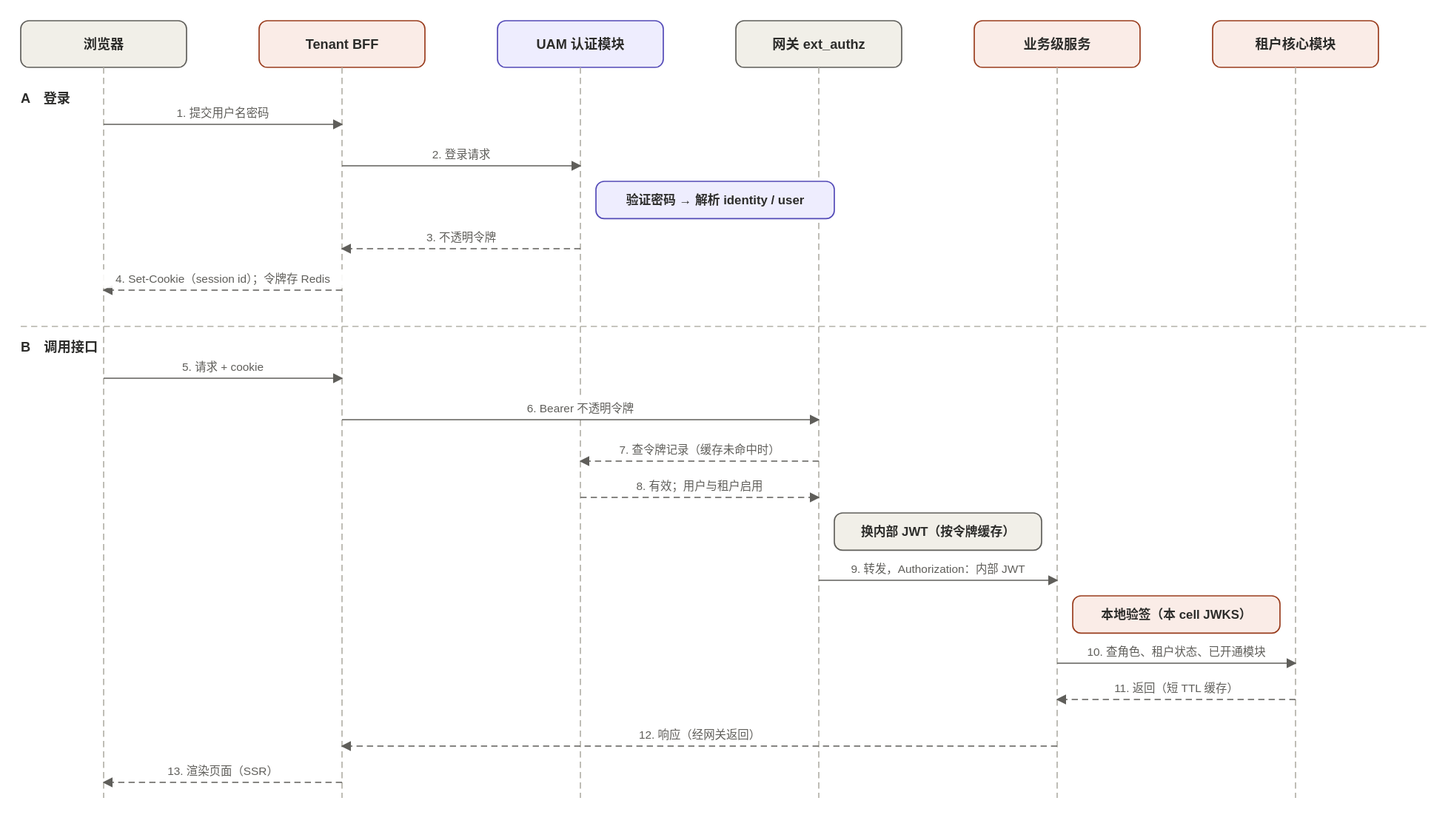
Above: docs/system-design/assets/07-auth-service-interaction.drawio.svg in xiayy860612/tech-toolkit (draw.io), before the change. Source tidied: cells renumbered, new cells last; positions are measured from the earlier drawing's top-left corner, leaving out a move shared by most shapes. Source of this version:
```xml
<mxGraphModel>
  <root>
    <mxCell id="0" />
    <mxCell id="1" parent="0" />
    <mxCell id="2" value="&lt;b&gt;浏览器&lt;/b&gt;" style="rounded=1;whiteSpace=wrap;html=1;arcSize=12;fillColor=#F1EFE8;strokeColor=#5F5E5A;fontSize=13;fontColor=#2C2C2A;strokeWidth=1.2;" parent="1" vertex="1">
      <mxGeometry width="160" height="45" as="geometry" />
    </mxCell>
    <mxCell id="3" style="edgeStyle=none;html=1;rounded=0;endArrow=none;startArrow=none;endFill=1;startFill=1;endSize=7;strokeColor=#B4B2A9;strokeWidth=1.2;dashed=1;" parent="1" edge="1">
      <mxGeometry relative="1" as="geometry">
        <mxPoint x="80" y="45" as="sourcePoint" />
        <mxPoint x="80" y="750" as="targetPoint" />
      </mxGeometry>
    </mxCell>
    <mxCell id="4" value="&lt;b&gt;Tenant BFF&lt;/b&gt;" style="rounded=1;whiteSpace=wrap;html=1;arcSize=12;fillColor=#FAECE7;strokeColor=#993C1D;fontSize=13;fontColor=#2C2C2A;strokeWidth=1.2;" parent="1" vertex="1">
      <mxGeometry x="230" width="160" height="45" as="geometry" />
    </mxCell>
    <mxCell id="5" style="edgeStyle=none;html=1;rounded=0;endArrow=none;startArrow=none;endFill=1;startFill=1;endSize=7;strokeColor=#B4B2A9;strokeWidth=1.2;dashed=1;" parent="1" edge="1">
      <mxGeometry relative="1" as="geometry">
        <mxPoint x="310" y="45" as="sourcePoint" />
        <mxPoint x="310" y="750" as="targetPoint" />
      </mxGeometry>
    </mxCell>
    <mxCell id="6" value="&lt;b&gt;UAM 认证模块&lt;/b&gt;" style="rounded=1;whiteSpace=wrap;html=1;arcSize=12;fillColor=#EEEDFE;strokeColor=#534AB7;fontSize=13;fontColor=#2C2C2A;strokeWidth=1.2;" parent="1" vertex="1">
      <mxGeometry x="460" width="160" height="45" as="geometry" />
    </mxCell>
    <mxCell id="7" style="edgeStyle=none;html=1;rounded=0;endArrow=none;startArrow=none;endFill=1;startFill=1;endSize=7;strokeColor=#B4B2A9;strokeWidth=1.2;dashed=1;" parent="1" edge="1">
      <mxGeometry relative="1" as="geometry">
        <mxPoint x="540" y="45" as="sourcePoint" />
        <mxPoint x="540" y="750" as="targetPoint" />
      </mxGeometry>
    </mxCell>
    <mxCell id="8" value="&lt;b&gt;网关 ext_authz&lt;/b&gt;" style="rounded=1;whiteSpace=wrap;html=1;arcSize=12;fillColor=#F1EFE8;strokeColor=#5F5E5A;fontSize=13;fontColor=#2C2C2A;strokeWidth=1.2;" parent="1" vertex="1">
      <mxGeometry x="690" width="160" height="45" as="geometry" />
    </mxCell>
    <mxCell id="9" style="edgeStyle=none;html=1;rounded=0;endArrow=none;startArrow=none;endFill=1;startFill=1;endSize=7;strokeColor=#B4B2A9;strokeWidth=1.2;dashed=1;" parent="1" edge="1">
      <mxGeometry relative="1" as="geometry">
        <mxPoint x="770" y="45" as="sourcePoint" />
        <mxPoint x="770" y="750" as="targetPoint" />
      </mxGeometry>
    </mxCell>
    <mxCell id="10" value="&lt;b&gt;业务级服务&lt;/b&gt;" style="rounded=1;whiteSpace=wrap;html=1;arcSize=12;fillColor=#FAECE7;strokeColor=#993C1D;fontSize=13;fontColor=#2C2C2A;strokeWidth=1.2;" parent="1" vertex="1">
      <mxGeometry x="920" width="160" height="45" as="geometry" />
    </mxCell>
    <mxCell id="11" style="edgeStyle=none;html=1;rounded=0;endArrow=none;startArrow=none;endFill=1;startFill=1;endSize=7;strokeColor=#B4B2A9;strokeWidth=1.2;dashed=1;" parent="1" edge="1">
      <mxGeometry relative="1" as="geometry">
        <mxPoint x="1000" y="45" as="sourcePoint" />
        <mxPoint x="1000" y="750" as="targetPoint" />
      </mxGeometry>
    </mxCell>
    <mxCell id="12" value="&lt;b&gt;租户核心模块&lt;/b&gt;" style="rounded=1;whiteSpace=wrap;html=1;arcSize=12;fillColor=#FAECE7;strokeColor=#993C1D;fontSize=13;fontColor=#2C2C2A;strokeWidth=1.2;" parent="1" vertex="1">
      <mxGeometry x="1150" width="160" height="45" as="geometry" />
    </mxCell>
    <mxCell id="13" style="edgeStyle=none;html=1;rounded=0;endArrow=none;startArrow=none;endFill=1;startFill=1;endSize=7;strokeColor=#B4B2A9;strokeWidth=1.2;dashed=1;" parent="1" edge="1">
      <mxGeometry relative="1" as="geometry">
        <mxPoint x="1230" y="45" as="sourcePoint" />
        <mxPoint x="1230" y="750" as="targetPoint" />
      </mxGeometry>
    </mxCell>
    <mxCell id="14" value="A　登录" style="text;html=1;align=left;verticalAlign=middle;fontSize=13;fontColor=#2C2C2A;fontStyle=1;" parent="1" vertex="1">
      <mxGeometry y="66" width="56" height="18" as="geometry" />
    </mxCell>
    <mxCell id="15" style="edgeStyle=none;html=1;rounded=0;endArrow=classic;startArrow=none;endFill=1;startFill=1;endSize=7;strokeColor=#5F5E5A;strokeWidth=1.2;" parent="1" edge="1">
      <mxGeometry relative="1" as="geometry">
        <mxPoint x="80" y="100" as="sourcePoint" />
        <mxPoint x="310" y="100" as="targetPoint" />
      </mxGeometry>
    </mxCell>
    <mxCell id="16" value="1. 提交用户名密码" style="text;html=1;align=center;verticalAlign=middle;fontSize=11;fontColor=#5F5E5A;labelBackgroundColor=#FFFFFF;" parent="1" vertex="1">
      <mxGeometry x="142" y="80" width="106" height="18" as="geometry" />
    </mxCell>
    <mxCell id="17" style="edgeStyle=none;html=1;rounded=0;endArrow=classic;startArrow=none;endFill=1;startFill=1;endSize=7;strokeColor=#5F5E5A;strokeWidth=1.2;" parent="1" edge="1">
      <mxGeometry relative="1" as="geometry">
        <mxPoint x="310" y="140" as="sourcePoint" />
        <mxPoint x="540" y="140" as="targetPoint" />
      </mxGeometry>
    </mxCell>
    <mxCell id="18" value="2. 登录请求" style="text;html=1;align=center;verticalAlign=middle;fontSize=11;fontColor=#5F5E5A;labelBackgroundColor=#FFFFFF;" parent="1" vertex="1">
      <mxGeometry x="388.5" y="120" width="73" height="18" as="geometry" />
    </mxCell>
    <mxCell id="19" value="&lt;b&gt;验证密码 → 解析 identity / user&lt;/b&gt;" style="rounded=1;whiteSpace=wrap;html=1;arcSize=12;fillColor=#EEEDFE;strokeColor=#534AB7;fontSize=12;fontColor=#2C2C2A;strokeWidth=1.2;" parent="1" vertex="1">
      <mxGeometry x="555" y="155" width="230" height="36" as="geometry" />
    </mxCell>
    <mxCell id="20" style="edgeStyle=none;html=1;rounded=0;endArrow=classic;startArrow=none;endFill=1;startFill=1;endSize=7;strokeColor=#5F5E5A;strokeWidth=1.2;dashed=1;" parent="1" edge="1">
      <mxGeometry relative="1" as="geometry">
        <mxPoint x="540" y="220" as="sourcePoint" />
        <mxPoint x="310" y="220" as="targetPoint" />
      </mxGeometry>
    </mxCell>
    <mxCell id="21" value="3. 不透明令牌" style="text;html=1;align=center;verticalAlign=middle;fontSize=11;fontColor=#5F5E5A;labelBackgroundColor=#FFFFFF;" parent="1" vertex="1">
      <mxGeometry x="383" y="200" width="84" height="18" as="geometry" />
    </mxCell>
    <mxCell id="22" style="edgeStyle=none;html=1;rounded=0;endArrow=classic;startArrow=none;endFill=1;startFill=1;endSize=7;strokeColor=#5F5E5A;strokeWidth=1.2;dashed=1;" parent="1" edge="1">
      <mxGeometry relative="1" as="geometry">
        <mxPoint x="310" y="260" as="sourcePoint" />
        <mxPoint x="80" y="260" as="targetPoint" />
      </mxGeometry>
    </mxCell>
    <mxCell id="23" value="4. Set-Cookie（session id）；令牌存 Redis" style="text;html=1;align=center;verticalAlign=middle;fontSize=11;fontColor=#5F5E5A;labelBackgroundColor=#FFFFFF;" parent="1" vertex="1">
      <mxGeometry x="64.5" y="240" width="261" height="18" as="geometry" />
    </mxCell>
    <mxCell id="24" style="edgeStyle=none;html=1;rounded=0;endArrow=none;startArrow=none;endFill=1;startFill=1;endSize=7;strokeColor=#B4B2A9;strokeWidth=1.2;dashed=1;" parent="1" edge="1">
      <mxGeometry relative="1" as="geometry">
        <mxPoint y="295" as="sourcePoint" />
        <mxPoint x="1360" y="295" as="targetPoint" />
      </mxGeometry>
    </mxCell>
    <mxCell id="25" value="B　调用接口" style="text;html=1;align=left;verticalAlign=middle;fontSize=13;fontColor=#2C2C2A;fontStyle=1;" parent="1" vertex="1">
      <mxGeometry y="306" width="82" height="18" as="geometry" />
    </mxCell>
    <mxCell id="26" style="edgeStyle=none;html=1;rounded=0;endArrow=classic;startArrow=none;endFill=1;startFill=1;endSize=7;strokeColor=#5F5E5A;strokeWidth=1.2;" parent="1" edge="1">
      <mxGeometry relative="1" as="geometry">
        <mxPoint x="80" y="345" as="sourcePoint" />
        <mxPoint x="310" y="345" as="targetPoint" />
      </mxGeometry>
    </mxCell>
    <mxCell id="27" value="5. 请求 + cookie" style="text;html=1;align=center;verticalAlign=middle;fontSize=11;fontColor=#5F5E5A;labelBackgroundColor=#FFFFFF;" parent="1" vertex="1">
      <mxGeometry x="141" y="325" width="108" height="18" as="geometry" />
    </mxCell>
    <mxCell id="28" style="edgeStyle=none;html=1;rounded=0;endArrow=classic;startArrow=none;endFill=1;startFill=1;endSize=7;strokeColor=#5F5E5A;strokeWidth=1.2;" parent="1" edge="1">
      <mxGeometry relative="1" as="geometry">
        <mxPoint x="310" y="385" as="sourcePoint" />
        <mxPoint x="770" y="385" as="targetPoint" />
      </mxGeometry>
    </mxCell>
    <mxCell id="29" value="6. Bearer 不透明令牌" style="text;html=1;align=center;verticalAlign=middle;fontSize=11;fontColor=#5F5E5A;labelBackgroundColor=#FFFFFF;" parent="1" vertex="1">
      <mxGeometry x="476" y="365" width="128" height="18" as="geometry" />
    </mxCell>
    <mxCell id="30" style="edgeStyle=none;html=1;rounded=0;endArrow=classic;startArrow=none;endFill=1;startFill=1;endSize=7;strokeColor=#5F5E5A;strokeWidth=1.2;dashed=1;" parent="1" edge="1">
      <mxGeometry relative="1" as="geometry">
        <mxPoint x="770" y="425" as="sourcePoint" />
        <mxPoint x="540" y="425" as="targetPoint" />
      </mxGeometry>
    </mxCell>
    <mxCell id="31" value="7. 查令牌记录（缓存未命中时）" style="text;html=1;align=center;verticalAlign=middle;fontSize=11;fontColor=#5F5E5A;labelBackgroundColor=#FFFFFF;" parent="1" vertex="1">
      <mxGeometry x="569" y="405" width="172" height="18" as="geometry" />
    </mxCell>
    <mxCell id="32" style="edgeStyle=none;html=1;rounded=0;endArrow=classic;startArrow=none;endFill=1;startFill=1;endSize=7;strokeColor=#5F5E5A;strokeWidth=1.2;dashed=1;" parent="1" edge="1">
      <mxGeometry relative="1" as="geometry">
        <mxPoint x="540" y="460" as="sourcePoint" />
        <mxPoint x="770" y="460" as="targetPoint" />
      </mxGeometry>
    </mxCell>
    <mxCell id="33" value="8. 有效；用户与租户启用" style="text;html=1;align=center;verticalAlign=middle;fontSize=11;fontColor=#5F5E5A;labelBackgroundColor=#FFFFFF;" parent="1" vertex="1">
      <mxGeometry x="585.5" y="440" width="139" height="18" as="geometry" />
    </mxCell>
    <mxCell id="34" value="&lt;b&gt;换内部 JWT（按令牌缓存）&lt;/b&gt;" style="rounded=1;whiteSpace=wrap;html=1;arcSize=12;fillColor=#F1EFE8;strokeColor=#5F5E5A;fontSize=12;fontColor=#2C2C2A;strokeWidth=1.2;" parent="1" vertex="1">
      <mxGeometry x="785" y="475" width="200" height="36" as="geometry" />
    </mxCell>
    <mxCell id="35" style="edgeStyle=none;html=1;rounded=0;endArrow=classic;startArrow=none;endFill=1;startFill=1;endSize=7;strokeColor=#5F5E5A;strokeWidth=1.2;" parent="1" edge="1">
      <mxGeometry relative="1" as="geometry">
        <mxPoint x="770" y="540" as="sourcePoint" />
        <mxPoint x="1000" y="540" as="targetPoint" />
      </mxGeometry>
    </mxCell>
    <mxCell id="36" value="9. 转发，Authorization：内部 JWT" style="text;html=1;align=center;verticalAlign=middle;fontSize=11;fontColor=#5F5E5A;labelBackgroundColor=#FFFFFF;" parent="1" vertex="1">
      <mxGeometry x="783.5" y="520" width="203" height="18" as="geometry" />
    </mxCell>
    <mxCell id="37" value="&lt;b&gt;本地验签（本 cell JWKS）&lt;/b&gt;" style="rounded=1;whiteSpace=wrap;html=1;arcSize=12;fillColor=#FAECE7;strokeColor=#993C1D;fontSize=12;fontColor=#2C2C2A;strokeWidth=1.2;" parent="1" vertex="1">
      <mxGeometry x="1015" y="555" width="200" height="36" as="geometry" />
    </mxCell>
    <mxCell id="38" style="edgeStyle=none;html=1;rounded=0;endArrow=classic;startArrow=none;endFill=1;startFill=1;endSize=7;strokeColor=#5F5E5A;strokeWidth=1.2;" parent="1" edge="1">
      <mxGeometry relative="1" as="geometry">
        <mxPoint x="1000" y="620" as="sourcePoint" />
        <mxPoint x="1230" y="620" as="targetPoint" />
      </mxGeometry>
    </mxCell>
    <mxCell id="39" value="10. 查角色、租户状态、已开通模块" style="text;html=1;align=center;verticalAlign=middle;fontSize=11;fontColor=#5F5E5A;labelBackgroundColor=#FFFFFF;" parent="1" vertex="1">
      <mxGeometry x="1020.5" y="600" width="189" height="18" as="geometry" />
    </mxCell>
    <mxCell id="40" style="edgeStyle=none;html=1;rounded=0;endArrow=classic;startArrow=none;endFill=1;startFill=1;endSize=7;strokeColor=#5F5E5A;strokeWidth=1.2;dashed=1;" parent="1" edge="1">
      <mxGeometry relative="1" as="geometry">
        <mxPoint x="1230" y="655" as="sourcePoint" />
        <mxPoint x="1000" y="655" as="targetPoint" />
      </mxGeometry>
    </mxCell>
    <mxCell id="41" value="11. 返回（短 TTL 缓存）" style="text;html=1;align=center;verticalAlign=middle;fontSize=11;fontColor=#5F5E5A;labelBackgroundColor=#FFFFFF;" parent="1" vertex="1">
      <mxGeometry x="1043" y="635" width="144" height="18" as="geometry" />
    </mxCell>
    <mxCell id="42" style="edgeStyle=none;html=1;rounded=0;endArrow=classic;startArrow=none;endFill=1;startFill=1;endSize=7;strokeColor=#5F5E5A;strokeWidth=1.2;dashed=1;" parent="1" edge="1">
      <mxGeometry relative="1" as="geometry">
        <mxPoint x="1000" y="700" as="sourcePoint" />
        <mxPoint x="310" y="700" as="targetPoint" />
      </mxGeometry>
    </mxCell>
    <mxCell id="43" value="12. 响应（经网关返回）" style="text;html=1;align=center;verticalAlign=middle;fontSize=11;fontColor=#5F5E5A;labelBackgroundColor=#FFFFFF;" parent="1" vertex="1">
      <mxGeometry x="588" y="680" width="134" height="18" as="geometry" />
    </mxCell>
    <mxCell id="44" style="edgeStyle=none;html=1;rounded=0;endArrow=classic;startArrow=none;endFill=1;startFill=1;endSize=7;strokeColor=#5F5E5A;strokeWidth=1.2;dashed=1;" parent="1" edge="1">
      <mxGeometry relative="1" as="geometry">
        <mxPoint x="310" y="735" as="sourcePoint" />
        <mxPoint x="80" y="735" as="targetPoint" />
      </mxGeometry>
    </mxCell>
    <mxCell id="45" value="13. 渲染页面（SSR）" style="text;html=1;align=center;verticalAlign=middle;fontSize=11;fontColor=#5F5E5A;labelBackgroundColor=#FFFFFF;" parent="1" vertex="1">
      <mxGeometry x="135" y="715" width="120" height="18" as="geometry" />
    </mxCell>
  </root>
</mxGraphModel>
```
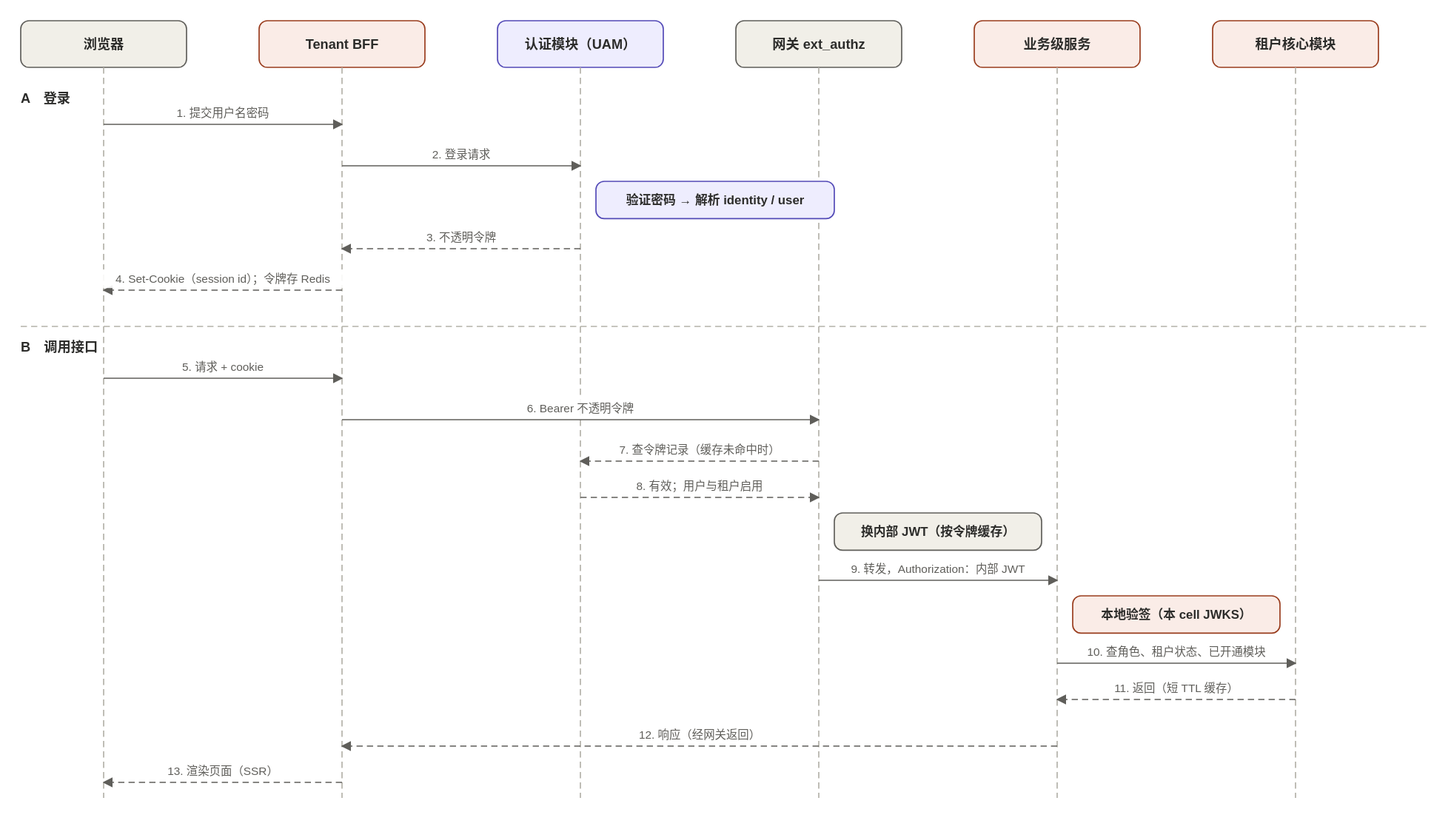
The same file after the commit.

Change to the diagram source:
```diff
@@ -20,7 +20,7 @@
         <mxPoint x="310" y="750" as="targetPoint" />
       </mxGeometry>
     </mxCell>
-    <mxCell id="6" value="&lt;b&gt;UAM 认证模块&lt;/b&gt;" style="rounded=1;whiteSpace=wrap;html=1;arcSize=12;fillColor=#EEEDFE;strokeColor=#534AB7;fontSize=13;fontColor=#2C2C2A;strokeWidth=1.2;" parent="1" vertex="1">
+    <mxCell id="6" value="&lt;b&gt;认证模块（UAM）&lt;/b&gt;" style="rounded=1;whiteSpace=wrap;html=1;arcSize=12;fillColor=#EEEDFE;strokeColor=#534AB7;fontSize=13;fontColor=#2C2C2A;strokeWidth=1.2;" parent="1" vertex="1">
       <mxGeometry x="460" width="160" height="45" as="geometry" />
     </mxCell>
     <mxCell id="7" style="edgeStyle=none;html=1;rounded=0;endArrow=none;startArrow=none;endFill=1;startFill=1;endSize=7;strokeColor=#B4B2A9;strokeWidth=1.2;dashed=1;" parent="1" edge="1">
```
